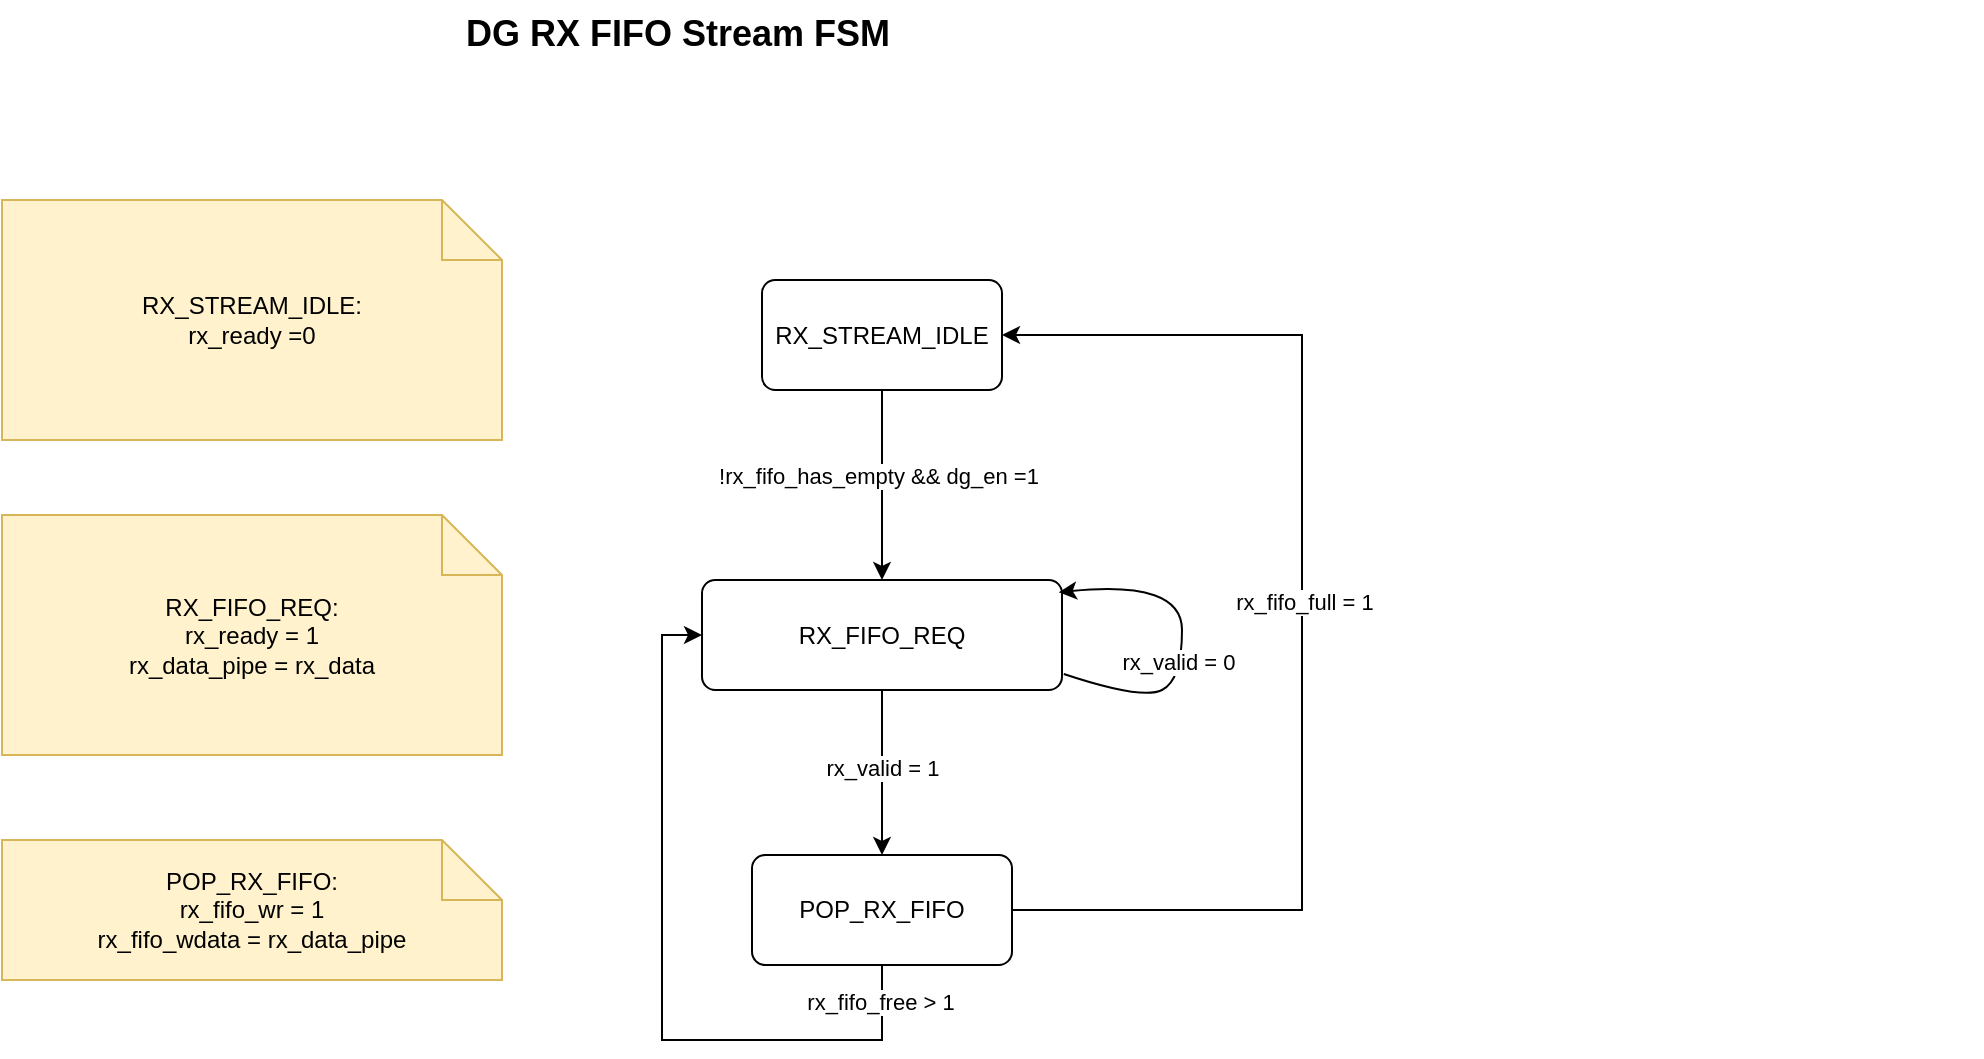
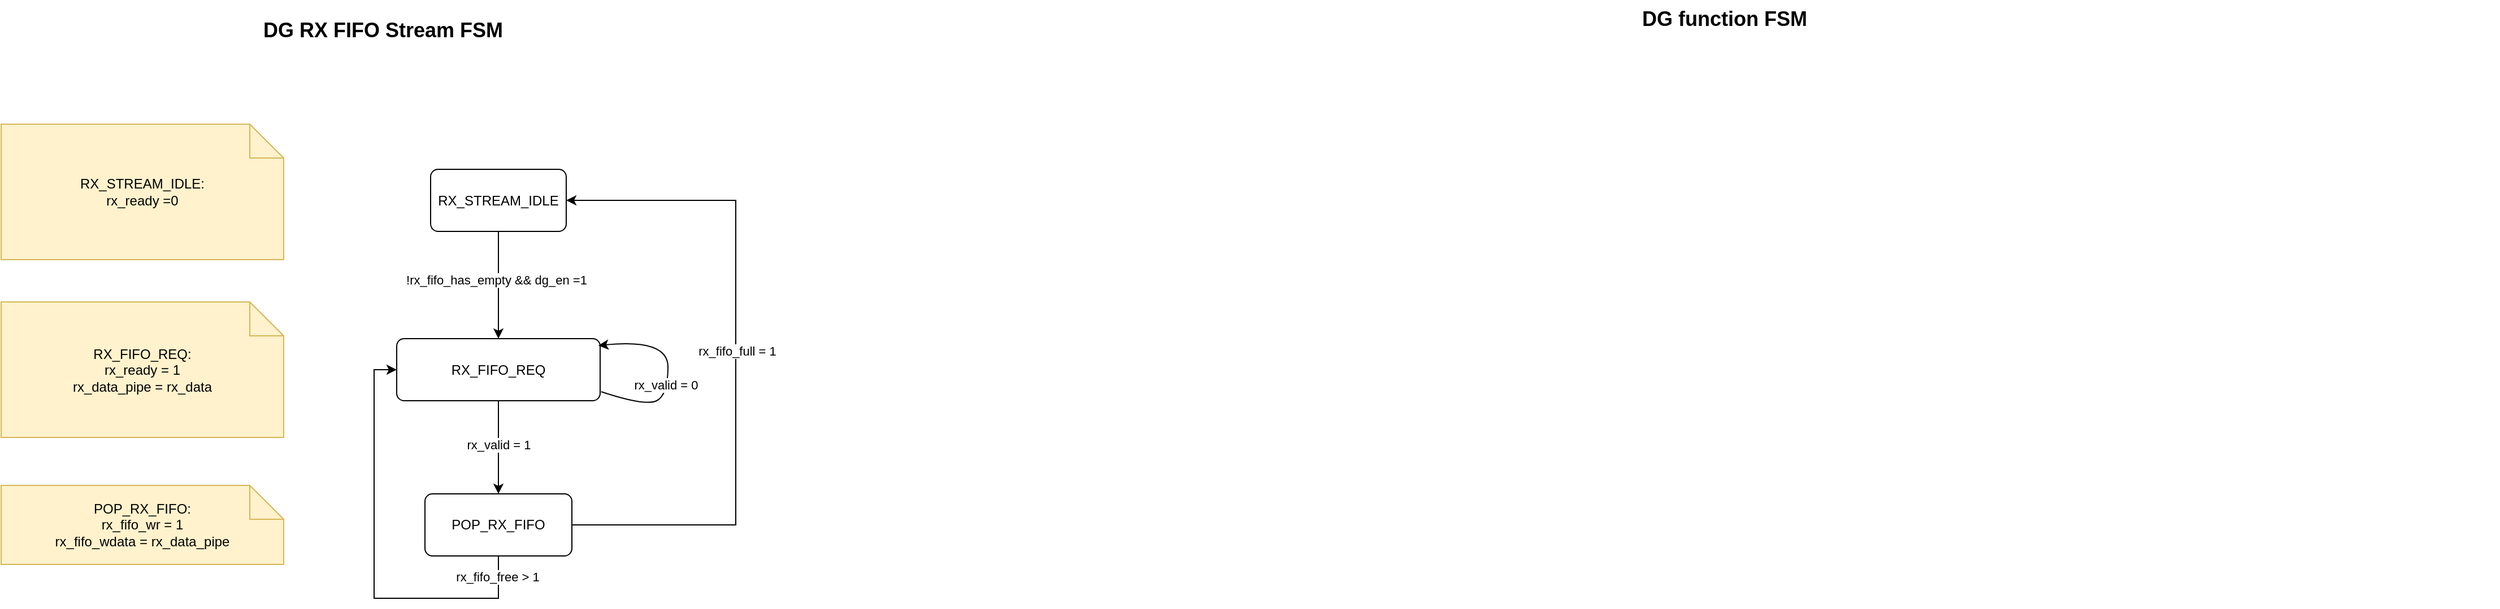
<mxfile host="app.diagrams.net">
  <diagram name="第 1 页" id="1fRNLwPgRf_CtldP1hrz">
-     <mxGraphModel dx="-981" dy="380" grid="1" gridSize="10" guides="1" tooltips="1" connect="1" arrows="1" fold="1" page="1" pageScale="1" pageWidth="827" pageHeight="1169" math="0" shadow="0">
+     <mxGraphModel dx="-548" dy="624" grid="1" gridSize="10" guides="1" tooltips="1" connect="1" arrows="1" fold="1" page="1" pageScale="1" pageWidth="827" pageHeight="1169" math="0" shadow="0">
      <root>
        <mxCell id="0" />
        <mxCell id="1" parent="0" />
        <mxCell id="M1j7goV4bkzS5Lg1R7Bt-28" parent="1" style="text;html=1;strokeColor=none;fillColor=none;fontSize=18;fontStyle=1;" value="DG RX FIFO Stream FSM&amp;nbsp;&amp;nbsp;" vertex="1">
          <mxGeometry height="40" width="760" x="2040" y="130" as="geometry" />
        </mxCell>
        <mxCell id="M1j7goV4bkzS5Lg1R7Bt-29" parent="1" style="rounded=1;whiteSpace=wrap;html=1;arcSize=12;fillColor=#ffffff;strokeColor=#000000;" value="RX_STREAM_IDLE" vertex="1">
          <mxGeometry height="55" width="120" x="2190" y="270" as="geometry" />
        </mxCell>
        <mxCell id="M1j7goV4bkzS5Lg1R7Bt-30" parent="1" style="rounded=1;whiteSpace=wrap;html=1;arcSize=12;fillColor=#ffffff;strokeColor=#000000;" value="RX_FIFO_REQ" vertex="1">
          <mxGeometry height="55" width="180" x="2160" y="420" as="geometry" />
        </mxCell>
        <mxCell id="M1j7goV4bkzS5Lg1R7Bt-31" edge="1" parent="1" source="M1j7goV4bkzS5Lg1R7Bt-29" style="endArrow=classic;html=1;rounded=0;exitX=0.5;exitY=1;exitDx=0;exitDy=0;entryX=0.5;entryY=0;entryDx=0;entryDy=0;" target="M1j7goV4bkzS5Lg1R7Bt-30" value="">
          <mxGeometry height="50" relative="1" width="50" as="geometry">
            <mxPoint x="2270" y="390" as="sourcePoint" />
            <mxPoint x="2320" y="340" as="targetPoint" />
          </mxGeometry>
        </mxCell>
        <mxCell id="M1j7goV4bkzS5Lg1R7Bt-32" connectable="0" parent="M1j7goV4bkzS5Lg1R7Bt-31" style="edgeLabel;html=1;align=center;verticalAlign=middle;resizable=0;points=[];" value="!rx_fifo_has_empty &amp;amp;&amp;amp; dg_en =1" vertex="1">
          <mxGeometry relative="1" x="-0.0927" y="-2" as="geometry">
            <mxPoint as="offset" />
          </mxGeometry>
        </mxCell>
        <mxCell id="M1j7goV4bkzS5Lg1R7Bt-33" parent="1" style="shape=note;whiteSpace=wrap;html=1;fillColor=#fff2cc;strokeColor=#d6b656;" value="RX_FIFO_REQ:&lt;div&gt;r&lt;span style=&quot;background-color: transparent;&quot;&gt;x_ready = 1&lt;/span&gt;&lt;/div&gt;&lt;div&gt;&lt;span style=&quot;background-color: transparent;&quot;&gt;rx_data_pipe = rx_data&lt;/span&gt;&lt;/div&gt;" vertex="1">
          <mxGeometry height="120" width="250" x="1810" y="387.5" as="geometry" />
        </mxCell>
        <mxCell id="M1j7goV4bkzS5Lg1R7Bt-34" parent="1" style="rounded=1;whiteSpace=wrap;html=1;arcSize=12;fillColor=#ffffff;strokeColor=#000000;" value="POP_RX_FIFO" vertex="1">
          <mxGeometry height="55" width="130" x="2185" y="557.5" as="geometry" />
        </mxCell>
        <mxCell id="M1j7goV4bkzS5Lg1R7Bt-35" edge="1" parent="1" source="M1j7goV4bkzS5Lg1R7Bt-30" style="endArrow=classic;html=1;rounded=0;exitX=0.5;exitY=1;exitDx=0;exitDy=0;entryX=0.5;entryY=0;entryDx=0;entryDy=0;" target="M1j7goV4bkzS5Lg1R7Bt-34" value="">
          <mxGeometry height="50" relative="1" width="50" as="geometry">
            <mxPoint x="2260" y="540" as="sourcePoint" />
            <mxPoint x="2310" y="490" as="targetPoint" />
          </mxGeometry>
        </mxCell>
        <mxCell id="M1j7goV4bkzS5Lg1R7Bt-36" connectable="0" parent="M1j7goV4bkzS5Lg1R7Bt-35" style="edgeLabel;html=1;align=center;verticalAlign=middle;resizable=0;points=[];" value="rx_valid = 1" vertex="1">
          <mxGeometry relative="1" x="-0.0537" as="geometry">
            <mxPoint as="offset" />
          </mxGeometry>
        </mxCell>
        <mxCell id="M1j7goV4bkzS5Lg1R7Bt-37" parent="1" style="shape=note;whiteSpace=wrap;html=1;fillColor=#fff2cc;strokeColor=#d6b656;" value="POP_RX_FIFO:&lt;div&gt;rx_fifo_wr = 1&lt;/div&gt;&lt;div&gt;rx_fifo_wdata = rx_data_pipe&lt;/div&gt;" vertex="1">
          <mxGeometry height="70" width="250" x="1810" y="550" as="geometry" />
        </mxCell>
        <mxCell id="M1j7goV4bkzS5Lg1R7Bt-38" parent="1" style="shape=note;whiteSpace=wrap;html=1;fillColor=#fff2cc;strokeColor=#d6b656;" value="RX_STREAM_IDLE:&lt;div&gt;rx_ready =0&lt;/div&gt;" vertex="1">
          <mxGeometry height="120" width="250" x="1810" y="230" as="geometry" />
        </mxCell>
        <mxCell id="M1j7goV4bkzS5Lg1R7Bt-39" edge="1" parent="1" source="M1j7goV4bkzS5Lg1R7Bt-34" style="endArrow=classic;html=1;rounded=0;exitX=0.5;exitY=1;exitDx=0;exitDy=0;entryX=0;entryY=0.5;entryDx=0;entryDy=0;edgeStyle=orthogonalEdgeStyle;" target="M1j7goV4bkzS5Lg1R7Bt-30" value="">
          <mxGeometry height="50" relative="1" width="50" as="geometry">
            <Array as="points">
              <mxPoint x="2250" y="650" />
              <mxPoint x="2140" y="650" />
              <mxPoint x="2140" y="448" />
            </Array>
            <mxPoint x="2440" y="550" as="sourcePoint" />
            <mxPoint x="2490" y="500" as="targetPoint" />
          </mxGeometry>
        </mxCell>
        <mxCell id="M1j7goV4bkzS5Lg1R7Bt-40" connectable="0" parent="M1j7goV4bkzS5Lg1R7Bt-39" style="edgeLabel;html=1;align=center;verticalAlign=middle;resizable=0;points=[];" value="rx_fifo_free &amp;gt; 1" vertex="1">
          <mxGeometry relative="1" x="-0.9016" y="-1" as="geometry">
            <mxPoint as="offset" />
          </mxGeometry>
        </mxCell>
        <mxCell id="M1j7goV4bkzS5Lg1R7Bt-41" edge="1" parent="1" source="M1j7goV4bkzS5Lg1R7Bt-34" style="endArrow=classic;html=1;rounded=0;exitX=1;exitY=0.5;exitDx=0;exitDy=0;entryX=1;entryY=0.5;entryDx=0;entryDy=0;edgeStyle=orthogonalEdgeStyle;" target="M1j7goV4bkzS5Lg1R7Bt-29" value="">
          <mxGeometry height="50" relative="1" width="50" as="geometry">
            <Array as="points">
              <mxPoint x="2460" y="585" />
              <mxPoint x="2460" y="298" />
            </Array>
            <mxPoint x="2400" y="580" as="sourcePoint" />
            <mxPoint x="2450" y="530" as="targetPoint" />
          </mxGeometry>
        </mxCell>
        <mxCell id="M1j7goV4bkzS5Lg1R7Bt-42" connectable="0" parent="M1j7goV4bkzS5Lg1R7Bt-41" style="edgeLabel;html=1;align=center;verticalAlign=middle;resizable=0;points=[];" value="rx_fifo_full = 1" vertex="1">
          <mxGeometry relative="1" x="0.0267" y="-1" as="geometry">
            <mxPoint as="offset" />
          </mxGeometry>
        </mxCell>
        <mxCell id="M1j7goV4bkzS5Lg1R7Bt-55" edge="1" parent="1" source="M1j7goV4bkzS5Lg1R7Bt-30" style="curved=1;endArrow=classic;html=1;rounded=0;entryX=0.991;entryY=0.112;entryDx=0;entryDy=0;exitX=1.005;exitY=0.854;exitDx=0;exitDy=0;exitPerimeter=0;entryPerimeter=0;" target="M1j7goV4bkzS5Lg1R7Bt-30" value="">
          <mxGeometry height="50" relative="1" width="50" as="geometry">
            <Array as="points">
              <mxPoint x="2380" y="480" />
              <mxPoint x="2400" y="470" />
              <mxPoint x="2400" y="420" />
            </Array>
            <mxPoint x="2350" y="540" as="sourcePoint" />
            <mxPoint x="2400" y="490" as="targetPoint" />
          </mxGeometry>
        </mxCell>
        <mxCell id="M1j7goV4bkzS5Lg1R7Bt-56" connectable="0" parent="M1j7goV4bkzS5Lg1R7Bt-55" style="edgeLabel;html=1;align=center;verticalAlign=middle;resizable=0;points=[];" value="rx_valid = 0" vertex="1">
          <mxGeometry relative="1" x="-0.1698" y="2" as="geometry">
            <mxPoint as="offset" />
          </mxGeometry>
        </mxCell>
+         <mxCell id="M1j7goV4bkzS5Lg1R7Bt-60" parent="1" style="text;html=1;strokeColor=none;fillColor=none;fontSize=18;fontStyle=1;" value="DG function FSM&amp;nbsp;&amp;nbsp;" vertex="1">
+           <mxGeometry height="40" width="760" x="3260" y="120" as="geometry" />
+         </mxCell>
      </root>
    </mxGraphModel>
  </diagram>
</mxfile>
